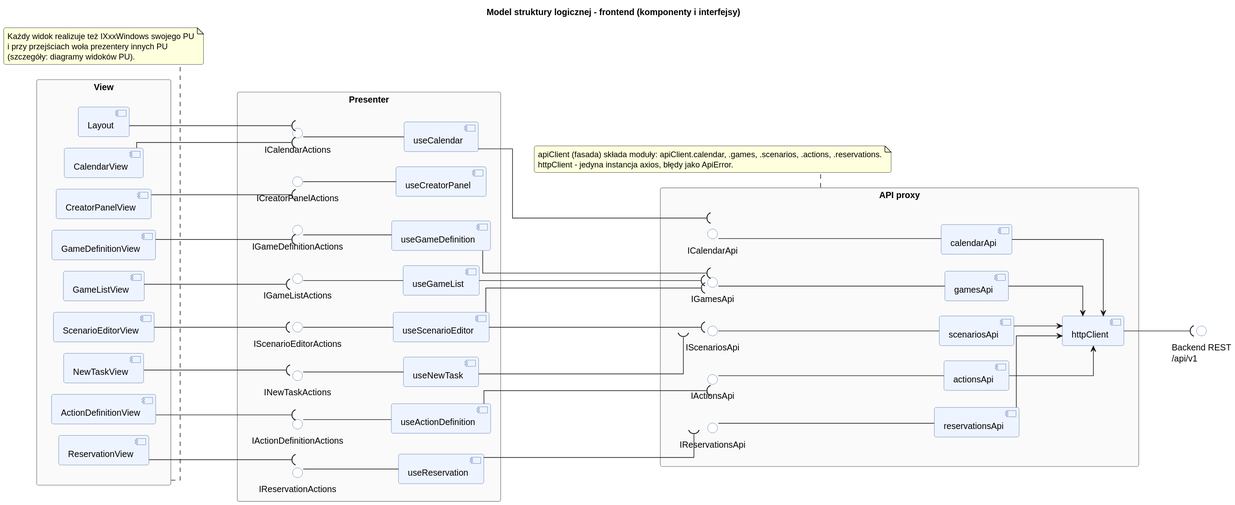
Before: diagrams/rendered/logic_structure_frontend.svg, a diagram exported from PlantUML (Igor-Ochocki/POP-2026Z). Its diagram source:
```plantuml
@startuml
left to right direction
skinparam componentStyle uml2
skinparam packageStyle rectangle
skinparam shadowing false
skinparam roundcorner 6
skinparam linetype ortho
skinparam nodesep 18
skinparam ranksep 70
skinparam package {
    BackgroundColor #FAFAFA
    BorderColor #888888
}
skinparam component {
    BackgroundColor #EEF4FF
    BorderColor #4A6FA5
}
skinparam interface {
    BackgroundColor #FFFFFF
    BorderColor #4A6FA5
}

title Model struktury logicznej - frontend (komponenty i interfejsy)

package "View" as V {
    component [Layout] as V_Layout
    component [CalendarView] as V_Calendar
    component [CreatorPanelView] as V_Creator
    component [GameDefinitionView] as V_GameDef
    component [GameListView] as V_GameList
    component [ScenarioEditorView] as V_Scenario
    component [NewTaskView] as V_NewTask
    component [ActionDefinitionView] as V_Action
    component [ReservationView] as V_Reservation
}

package "Presenter" as P {
    () "ICalendarActions" as I_Calendar
    () "ICreatorPanelActions" as I_Creator
    () "IGameDefinitionActions" as I_GameDef
    () "IGameListActions" as I_GameList
    () "IScenarioEditorActions" as I_Scenario
    () "INewTaskActions" as I_NewTask
    () "IActionDefinitionActions" as I_Action
    () "IReservationActions" as I_Reservation

    component [useCalendar] as P_Calendar
    component [useCreatorPanel] as P_Creator
    component [useGameDefinition] as P_GameDef
    component [useGameList] as P_GameList
    component [useScenarioEditor] as P_Scenario
    component [useNewTask] as P_NewTask
    component [useActionDefinition] as P_Action
    component [useReservation] as P_Reservation

    I_Calendar -- P_Calendar
    I_Creator -- P_Creator
    I_GameDef -- P_GameDef
    I_GameList -- P_GameList
    I_Scenario -- P_Scenario
    I_NewTask -- P_NewTask
    I_Action -- P_Action
    I_Reservation -- P_Reservation
}

package "API proxy" as A {
    () "ICalendarApi" as IA_Calendar
    () "IGamesApi" as IA_Games
    () "IScenariosApi" as IA_Scenarios
    () "IActionsApi" as IA_Actions
    () "IReservationsApi" as IA_Reservations

    component [calendarApi] as A_Calendar
    component [gamesApi] as A_Games
    component [scenariosApi] as A_Scenarios
    component [actionsApi] as A_Actions
    component [reservationsApi] as A_Reservations
    component [httpClient] as A_Http

    IA_Calendar -- A_Calendar
    IA_Games -- A_Games
    IA_Scenarios -- A_Scenarios
    IA_Actions -- A_Actions
    IA_Reservations -- A_Reservations

    A_Calendar --> A_Http
    A_Games --> A_Http
    A_Scenarios --> A_Http
    A_Actions --> A_Http
    A_Reservations --> A_Http
}

() "Backend REST\n/api/v1" as REST
A_Http --( REST

V_Layout --( I_Calendar
V_Calendar --( I_Calendar
V_Creator --( I_Creator
V_GameDef --( I_GameDef
V_GameList --( I_GameList
V_Scenario --( I_Scenario
V_NewTask --( I_NewTask
V_Action --( I_Action
V_Reservation --( I_Reservation

P_Calendar --( IA_Calendar
P_GameDef --( IA_Games
P_GameList --( IA_Games
P_Scenario --( IA_Games
P_Scenario --( IA_Scenarios
P_NewTask --( IA_Scenarios
P_Action --( IA_Actions
P_Reservation --( IA_Reservations

note bottom of A
    apiClient (fasada) składa moduły: apiClient.calendar, .games, .scenarios, .actions, .reservations.
    httpClient - jedyna instancja axios, błędy jako ApiError.
end note

note bottom of V
    Każdy widok realizuje też IXxxWindows swojego PU
    i przy przejściach woła prezentery innych PU
    (szczegóły: diagramy widoków PU).
end note
@enduml
```
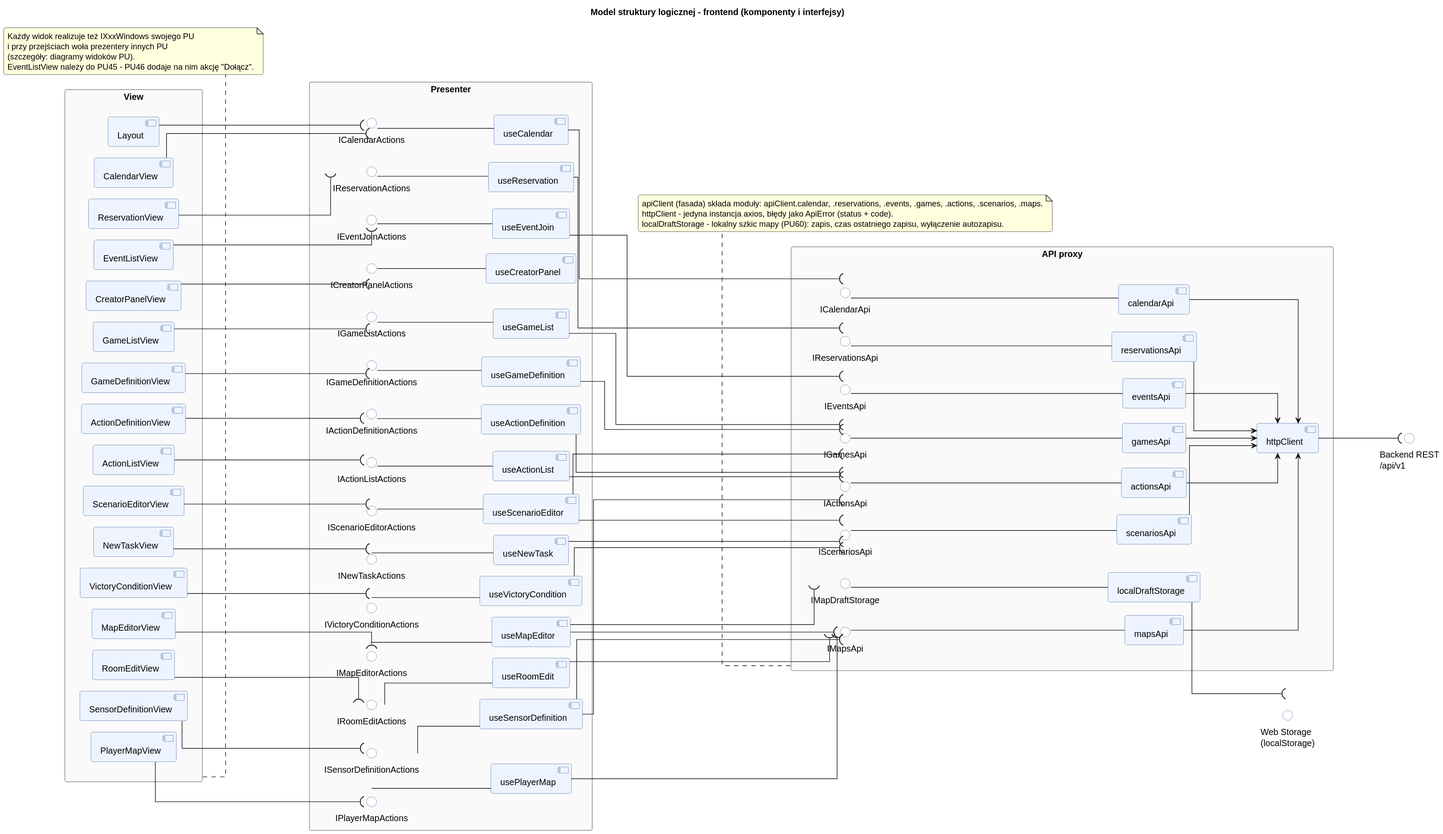
The same file after the commit.

What changed in the source:
```diff
@@ -6,7 +6,7 @@
 skinparam roundcorner 6
 skinparam linetype ortho
 skinparam nodesep 18
-skinparam ranksep 70
+skinparam ranksep 90
 skinparam package {
     BackgroundColor #FAFAFA
     BorderColor #888888
@@ -25,101 +25,161 @@
 package "View" as V {
     component [Layout] as V_Layout
     component [CalendarView] as V_Calendar
+    component [ReservationView] as V_Reservation
+    component [EventListView] as V_EventList
     component [CreatorPanelView] as V_Creator
+    component [GameListView] as V_GameList
     component [GameDefinitionView] as V_GameDef
-    component [GameListView] as V_GameList
+    component [ActionDefinitionView] as V_Action
+    component [ActionListView] as V_ActionList
     component [ScenarioEditorView] as V_Scenario
     component [NewTaskView] as V_NewTask
-    component [ActionDefinitionView] as V_Action
-    component [ReservationView] as V_Reservation
+    component [VictoryConditionView] as V_Victory
+    component [MapEditorView] as V_MapEditor
+    component [RoomEditView] as V_RoomEdit
+    component [SensorDefinitionView] as V_Sensor
+    component [PlayerMapView] as V_PlayerMap
 }
 
 package "Presenter" as P {
     () "ICalendarActions" as I_Calendar
+    () "IReservationActions" as I_Reservation
+    () "IEventJoinActions" as I_EventJoin
     () "ICreatorPanelActions" as I_Creator
+    () "IGameListActions" as I_GameList
     () "IGameDefinitionActions" as I_GameDef
-    () "IGameListActions" as I_GameList
+    () "IActionDefinitionActions" as I_Action
+    () "IActionListActions" as I_ActionList
     () "IScenarioEditorActions" as I_Scenario
     () "INewTaskActions" as I_NewTask
-    () "IActionDefinitionActions" as I_Action
-    () "IReservationActions" as I_Reservation
+    () "IVictoryConditionActions" as I_Victory
+    () "IMapEditorActions" as I_MapEditor
+    () "IRoomEditActions" as I_RoomEdit
+    () "ISensorDefinitionActions" as I_Sensor
+    () "IPlayerMapActions" as I_PlayerMap
 
     component [useCalendar] as P_Calendar
+    component [useReservation] as P_Reservation
+    component [useEventJoin] as P_EventJoin
     component [useCreatorPanel] as P_Creator
+    component [useGameList] as P_GameList
     component [useGameDefinition] as P_GameDef
-    component [useGameList] as P_GameList
+    component [useActionDefinition] as P_Action
+    component [useActionList] as P_ActionList
     component [useScenarioEditor] as P_Scenario
     component [useNewTask] as P_NewTask
-    component [useActionDefinition] as P_Action
-    component [useReservation] as P_Reservation
+    component [useVictoryCondition] as P_Victory
+    component [useMapEditor] as P_MapEditor
+    component [useRoomEdit] as P_RoomEdit
+    component [useSensorDefinition] as P_Sensor
+    component [usePlayerMap] as P_PlayerMap
 
     I_Calendar -- P_Calendar
+    I_Reservation -- P_Reservation
+    I_EventJoin -- P_EventJoin
     I_Creator -- P_Creator
+    I_GameList -- P_GameList
     I_GameDef -- P_GameDef
-    I_GameList -- P_GameList
+    I_Action -- P_Action
+    I_ActionList -- P_ActionList
     I_Scenario -- P_Scenario
     I_NewTask -- P_NewTask
-    I_Action -- P_Action
-    I_Reservation -- P_Reservation
+    I_Victory -- P_Victory
+    I_MapEditor -- P_MapEditor
+    I_RoomEdit -- P_RoomEdit
+    I_Sensor -- P_Sensor
+    I_PlayerMap -- P_PlayerMap
 }
 
 package "API proxy" as A {
     () "ICalendarApi" as IA_Calendar
+    () "IReservationsApi" as IA_Reservations
+    () "IEventsApi" as IA_Events
     () "IGamesApi" as IA_Games
+    () "IActionsApi" as IA_Actions
     () "IScenariosApi" as IA_Scenarios
-    () "IActionsApi" as IA_Actions
-    () "IReservationsApi" as IA_Reservations
+    () "IMapsApi" as IA_Maps
+    () "IMapDraftStorage" as IA_Draft
 
     component [calendarApi] as A_Calendar
+    component [reservationsApi] as A_Reservations
+    component [eventsApi] as A_Events
     component [gamesApi] as A_Games
+    component [actionsApi] as A_Actions
     component [scenariosApi] as A_Scenarios
-    component [actionsApi] as A_Actions
-    component [reservationsApi] as A_Reservations
+    component [mapsApi] as A_Maps
+    component [localDraftStorage] as A_Draft
     component [httpClient] as A_Http
 
     IA_Calendar -- A_Calendar
+    IA_Reservations -- A_Reservations
+    IA_Events -- A_Events
     IA_Games -- A_Games
+    IA_Actions -- A_Actions
     IA_Scenarios -- A_Scenarios
-    IA_Actions -- A_Actions
-    IA_Reservations -- A_Reservations
+    IA_Maps -- A_Maps
+    IA_Draft -- A_Draft
 
     A_Calendar --> A_Http
+    A_Reservations --> A_Http
+    A_Events --> A_Http
     A_Games --> A_Http
+    A_Actions --> A_Http
     A_Scenarios --> A_Http
-    A_Actions --> A_Http
-    A_Reservations --> A_Http
+    A_Maps --> A_Http
 }
 
 () "Backend REST\n/api/v1" as REST
+() "Web Storage\n(localStorage)" as LS
 A_Http --( REST
+A_Draft --( LS
+
+V_Calendar --( I_Calendar
+V_Reservation --( I_Reservation
+V_Creator --( I_Creator
+V_GameList --( I_GameList
+V_GameDef --( I_GameDef
+V_Action --( I_Action
+V_ActionList --( I_ActionList
+V_Scenario --( I_Scenario
+V_NewTask --( I_NewTask
+V_Victory --( I_Victory
+V_MapEditor --( I_MapEditor
+V_RoomEdit --( I_RoomEdit
+V_Sensor --( I_Sensor
+V_PlayerMap --( I_PlayerMap
 
 V_Layout --( I_Calendar
-V_Calendar --( I_Calendar
-V_Creator --( I_Creator
-V_GameDef --( I_GameDef
-V_GameList --( I_GameList
-V_Scenario --( I_Scenario
-V_NewTask --( I_NewTask
-V_Action --( I_Action
-V_Reservation --( I_Reservation
+V_EventList --( I_EventJoin
 
 P_Calendar --( IA_Calendar
+P_Reservation --( IA_Reservations
+P_EventJoin --( IA_Events
+P_GameList --( IA_Games
 P_GameDef --( IA_Games
-P_GameList --( IA_Games
+P_Action --( IA_Actions
+P_ActionList --( IA_Actions
 P_Scenario --( IA_Games
 P_Scenario --( IA_Scenarios
 P_NewTask --( IA_Scenarios
-P_Action --( IA_Actions
-P_Reservation --( IA_Reservations
+P_Victory --( IA_Scenarios
+P_MapEditor --( IA_Maps
+P_MapEditor --( IA_Draft
+P_RoomEdit --( IA_Maps
+P_Sensor --( IA_Maps
+P_Sensor --( IA_Actions
+P_PlayerMap --( IA_Maps
 
 note bottom of A
-    apiClient (fasada) składa moduły: apiClient.calendar, .games, .scenarios, .actions, .reservations.
-    httpClient - jedyna instancja axios, błędy jako ApiError.
+    apiClient (fasada) składa moduły: apiClient.calendar, .reservations, .events, .games, .actions, .scenarios, .maps.
+    httpClient - jedyna instancja axios, błędy jako ApiError (status + code).
+    localDraftStorage - lokalny szkic mapy (PU60): zapis, czas ostatniego zapisu, wyłączenie autozapisu.
 end note
 
 note bottom of V
     Każdy widok realizuje też IXxxWindows swojego PU
     i przy przejściach woła prezentery innych PU
     (szczegóły: diagramy widoków PU).
+    EventListView należy do PU45 - PU46 dodaje na nim akcję "Dołącz".
 end note
 @enduml
```
